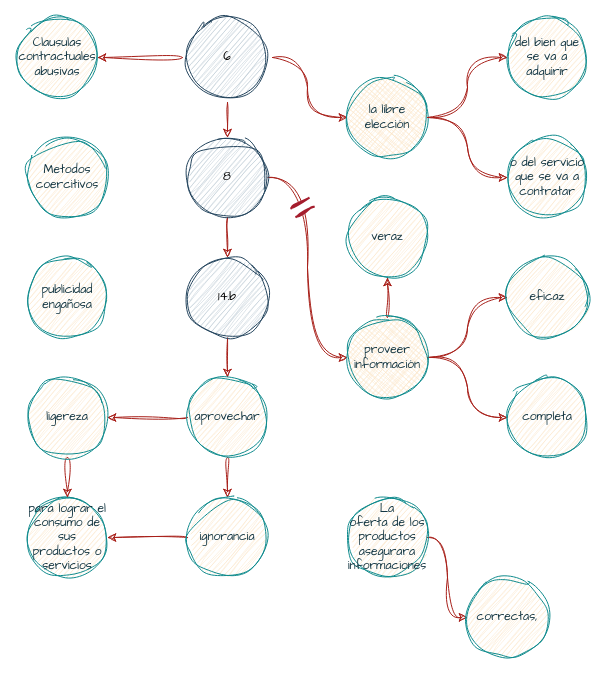
FriendsAtDawn/drawio keeps this draw.io diagram as page "Page-4" (4 of 4) of Copy of piramide.drawio. Above is the earlier version. Source tidied: cells renumbered, new cells numbered last; positions are measured from the earlier drawing's top-left corner, leaving out a move shared by most shapes. Both pictures are drawn from the tidied source at 100%, with x=0, y=0 at pixel (17, 17).
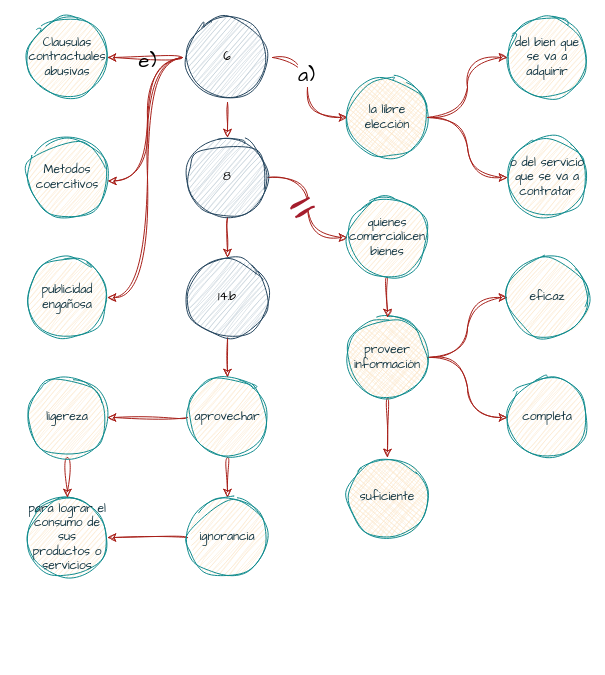
After the change.

Unchanged cells that the change refers to:
```xml
<mxCell id="2" style="edgeStyle=orthogonalEdgeStyle;jettySize=auto;html=1;fontFamily=Architects Daughter;fontSize=12;labelBackgroundColor=none;strokeColor=#A8201A;fontColor=default;sketch=1;curveFitting=1;jiggle=2;curved=1;entryX=0;entryY=0.5;entryDx=0;entryDy=0;" parent="1" edge="1" source="5" target="7">
  <mxGeometry relative="1" as="geometry" />
</mxCell>
<mxCell id="5" value="6" style="ellipse;whiteSpace=wrap;html=1;fontFamily=Architects Daughter;fontSize=12;labelBackgroundColor=none;fillColor=#bac8d3;strokeColor=#23445d;rounded=0;sketch=1;curveFitting=1;jiggle=2;perimeterSpacing=5;shadow=0;" parent="1" vertex="1">
  <mxGeometry x="170" width="80" height="80" as="geometry" />
</mxCell>
<mxCell id="8" value="publicidad engañosa" style="ellipse;whiteSpace=wrap;html=1;fontFamily=Architects Daughter;fontSize=12;labelBackgroundColor=none;fillColor=#FAE5C7;strokeColor=#0F8B8D;fontColor=#143642;rounded=0;sketch=1;curveFitting=1;jiggle=2;" parent="1" vertex="1">
  <mxGeometry x="10" y="240" width="80" height="80" as="geometry" />
</mxCell>
<mxCell id="9" value="Metodos coercitivos" style="ellipse;whiteSpace=wrap;html=1;fontFamily=Architects Daughter;fontSize=12;labelBackgroundColor=none;fillColor=#FAE5C7;strokeColor=#0F8B8D;fontColor=#143642;rounded=0;sketch=1;curveFitting=1;jiggle=2;" parent="1" vertex="1">
  <mxGeometry x="10" y="120" width="80" height="80" as="geometry" />
</mxCell>
<mxCell id="13" value="8" style="ellipse;whiteSpace=wrap;html=1;fontFamily=Architects Daughter;fontSize=12;labelBackgroundColor=none;fillColor=#bac8d3;strokeColor=#23445d;fontColor=default;rounded=0;sketch=1;curveFitting=1;jiggle=2;shadow=0;" parent="1" vertex="1">
  <mxGeometry x="170" y="120" width="80" height="80" as="geometry" />
</mxCell>
<mxCell id="17" value="&lt;div&gt;proveer&lt;/div&gt;&lt;div&gt;información&lt;br&gt;&lt;/div&gt;" style="ellipse;whiteSpace=wrap;html=1;fontFamily=Architects Daughter;fontSize=12;labelBackgroundColor=none;fillColor=#FAE5C7;strokeColor=#0F8B8D;fontColor=#143642;fillStyle=cross-hatch;rounded=0;sketch=1;curveFitting=1;jiggle=2;" parent="1" vertex="1">
  <mxGeometry x="330" y="300" width="80" height="80" as="geometry" />
</mxCell>
```

What changed in the source:
```diff
@@
+    <mxCell id="38" value="a)" style="edgeLabel;html=1;align=center;verticalAlign=middle;fontSize=20;fontFamily=Architects Daughter;fontColor=default;" parent="2" vertex="1">
+      <mxGeometry x="-0.24" y="-2" relative="1" as="geometry" />
+    </mxCell>
@@
-    <mxCell id="4" style="edgeStyle=orthogonalEdgeStyle;shape=connector;curved=1;rounded=1;sketch=1;jiggle=2;curveFitting=1;jettySize=auto;html=1;exitX=0;exitY=0.5;exitDx=0;exitDy=0;entryX=1;entryY=0.5;entryDx=0;entryDy=0;labelBackgroundColor=none;strokeColor=#A8201A;fontFamily=Architects Daughter;fontSize=12;fontColor=default;endArrow=classic;" parent="1" edge="1" source="5" target="10">
+    <mxCell id="4" style="edgeStyle=orthogonalEdgeStyle;shape=connector;curved=1;rounded=1;sketch=1;jiggle=2;curveFitting=1;jettySize=auto;html=1;entryX=1;entryY=0.5;entryDx=0;entryDy=0;labelBackgroundColor=none;strokeColor=#A8201A;fontFamily=Architects Daughter;fontSize=12;fontColor=default;endArrow=classic;exitX=0;exitY=0.5;exitDx=0;exitDy=0;" parent="1" edge="1" source="5" target="10">
       <mxGeometry relative="1" as="geometry" />
     </mxCell>
+    <mxCell id="39" style="edgeStyle=orthogonalEdgeStyle;sketch=1;hachureGap=4;jiggle=2;curveFitting=1;jettySize=auto;html=1;entryX=1.005;entryY=0.543;entryDx=0;entryDy=0;entryPerimeter=0;fontFamily=Architects Daughter;fontSize=12;labelBackgroundColor=none;strokeColor=#A8201A;curved=1;" parent="1" edge="1" source="5" target="9">
+      <mxGeometry relative="1" as="geometry" />
+    </mxCell>
+    <mxCell id="40" style="edgeStyle=orthogonalEdgeStyle;shape=connector;curved=1;rounded=1;sketch=1;hachureGap=4;jiggle=2;curveFitting=1;jettySize=auto;html=1;labelBackgroundColor=none;strokeColor=#A8201A;fontFamily=Architects Daughter;fontSize=12;fontColor=default;endArrow=classic;entryX=1;entryY=0.5;entryDx=0;entryDy=0;" parent="1" edge="1" source="5" target="8">
+      <mxGeometry relative="1" as="geometry" />
+    </mxCell>
@@
     <mxCell id="10" value="Clausulas contractuales abusivas" style="ellipse;whiteSpace=wrap;html=1;fontFamily=Architects Daughter;fontSize=12;labelBackgroundColor=none;fillColor=#FAE5C7;strokeColor=#0F8B8D;fontColor=#143642;rounded=0;sketch=1;curveFitting=1;jiggle=2;" parent="1" vertex="1">
-      <mxGeometry width="80" height="80" as="geometry" />
+      <mxGeometry x="10" width="80" height="80" as="geometry" />
     </mxCell>
-    <mxCell id="11" style="edgeStyle=orthogonalEdgeStyle;jettySize=auto;html=1;labelBackgroundColor=none;strokeColor=#A8201A;fontColor=default;fontSize=12;fontFamily=Architects Daughter;curved=1;rounded=0;sketch=1;curveFitting=1;jiggle=2;entryX=0;entryY=0.5;entryDx=0;entryDy=0;" parent="1" edge="1" source="13" target="17">
+    <mxCell id="11" style="edgeStyle=orthogonalEdgeStyle;jettySize=auto;html=1;labelBackgroundColor=none;strokeColor=#A8201A;fontColor=default;fontSize=12;fontFamily=Architects Daughter;curved=1;rounded=0;sketch=1;curveFitting=1;jiggle=2;entryX=0;entryY=0.5;entryDx=0;entryDy=0;" parent="1" edge="1" source="13" target="24">
       <mxGeometry relative="1" as="geometry" />
     </mxCell>
@@
-    <mxCell id="16" style="edgeStyle=orthogonalEdgeStyle;shape=connector;curved=1;rounded=1;sketch=1;jiggle=2;curveFitting=1;jettySize=auto;html=1;exitX=0.5;exitY=0;exitDx=0;exitDy=0;entryX=0.5;entryY=1;entryDx=0;entryDy=0;labelBackgroundColor=none;strokeColor=#A8201A;fontFamily=Architects Daughter;fontSize=12;fontColor=default;endArrow=classic;" parent="1" edge="1" source="17" target="24">
-      <mxGeometry relative="1" as="geometry" />
-    </mxCell>
+    <mxCell id="41" style="edgeStyle=orthogonalEdgeStyle;shape=connector;curved=1;rounded=1;sketch=1;hachureGap=4;jiggle=2;curveFitting=1;jettySize=auto;html=1;labelBackgroundColor=none;strokeColor=#A8201A;fontFamily=Architects Daughter;fontSize=12;fontColor=default;endArrow=classic;" parent="1" edge="1" source="17" target="44">
+      <mxGeometry relative="1" as="geometry" />
+    </mxCell>
@@
+    <mxCell id="42" style="edgeStyle=orthogonalEdgeStyle;shape=connector;curved=1;rounded=1;sketch=1;hachureGap=4;jiggle=2;curveFitting=1;jettySize=auto;html=1;exitX=0.5;exitY=1;exitDx=0;exitDy=0;entryX=0.5;entryY=0;entryDx=0;entryDy=0;labelBackgroundColor=none;strokeColor=#A8201A;fontFamily=Architects Daughter;fontSize=12;fontColor=default;endArrow=classic;" parent="1" edge="1" source="24" target="17">
+      <mxGeometry relative="1" as="geometry" />
+    </mxCell>
-    <mxCell id="24" value="veraz" style="ellipse;whiteSpace=wrap;html=1;fontFamily=Architects Daughter;fontSize=12;labelBackgroundColor=none;fillColor=#FAE5C7;strokeColor=#0F8B8D;fontColor=#143642;rounded=0;sketch=1;curveFitting=1;jiggle=2;" parent="1" vertex="1">
+    <mxCell id="24" value="&lt;div&gt;quienes comercialicen&lt;/div&gt;&lt;div&gt;bienes&lt;br&gt;&lt;/div&gt;" style="ellipse;whiteSpace=wrap;html=1;fontFamily=Architects Daughter;fontSize=12;labelBackgroundColor=none;fillColor=#FAE5C7;strokeColor=#0F8B8D;fontColor=#143642;rounded=0;sketch=1;curveFitting=1;jiggle=2;" parent="1" vertex="1">
       <mxGeometry x="330" y="180" width="80" height="80" as="geometry" />
     </mxCell>
@@
-    <mxCell id="26" style="edgeStyle=orthogonalEdgeStyle;jettySize=auto;html=1;labelBackgroundColor=none;strokeColor=#A8201A;fontColor=default;fontSize=12;fontFamily=Architects Daughter;sketch=1;curveFitting=1;jiggle=2;curved=1;" parent="1" edge="1" source="27" target="30">
-      <mxGeometry relative="1" as="geometry" />
-    </mxCell>
-    <mxCell id="27" value="La &lt;br style=&quot;font-size: 12px;&quot;&gt;oferta de los productos asegurara informaciones " style="ellipse;whiteSpace=wrap;html=1;fontFamily=Architects Daughter;fontSize=12;labelBackgroundColor=none;fillColor=#FAE5C7;strokeColor=#0F8B8D;fontColor=#143642;rounded=0;sketch=1;curveFitting=1;jiggle=2;" parent="1" vertex="1">
-      <mxGeometry x="330" y="480" width="80" height="80" as="geometry" />
-    </mxCell>
@@
-    <mxCell id="30" value="correctas," style="ellipse;whiteSpace=wrap;html=1;fontFamily=Architects Daughter;fontSize=12;labelBackgroundColor=none;fillColor=#FAE5C7;strokeColor=#0F8B8D;fontColor=#143642;rounded=0;sketch=1;curveFitting=1;jiggle=2;" parent="1" vertex="1">
-      <mxGeometry x="450" y="560" width="80" height="80" as="geometry" />
-    </mxCell>
@@
+    <mxCell id="43" value="e)" style="text;html=1;align=center;verticalAlign=middle;strokeColor=none;fillColor=none;fontSize=20;fontFamily=Architects Daughter;fontColor=default;" parent="1" vertex="1">
+      <mxGeometry x="110" y="23" width="40" height="40" as="geometry" />
+    </mxCell>
+    <mxCell id="44" value="suficiente" style="ellipse;whiteSpace=wrap;html=1;fontFamily=Architects Daughter;fontSize=12;labelBackgroundColor=none;fillColor=#FAE5C7;strokeColor=#0F8B8D;fontColor=#143642;fillStyle=cross-hatch;rounded=0;sketch=1;curveFitting=1;jiggle=2;hachureGap=4;" parent="1" vertex="1">
+      <mxGeometry x="330" y="440" width="80" height="80" as="geometry" />
+    </mxCell>
```
